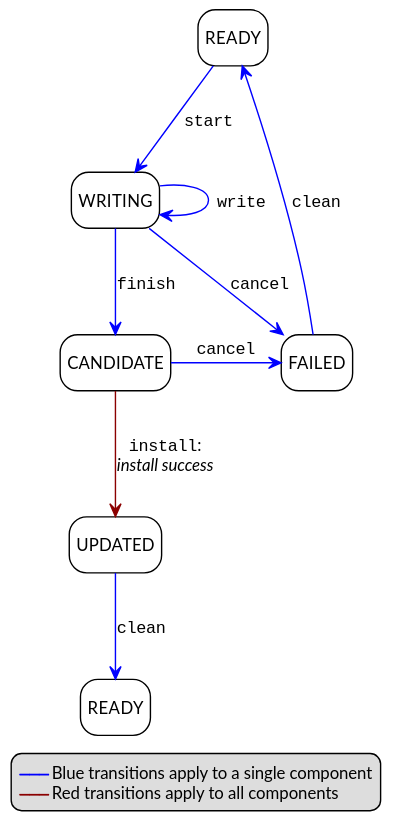
The PlantUML diagram doc/fwu/figure/states/no-reboot-no-trial.svg in ARM-software/psa-api, before a commit. Its source is kept beside it as doc/fwu/figure/states/no-reboot-no-trial.puml.
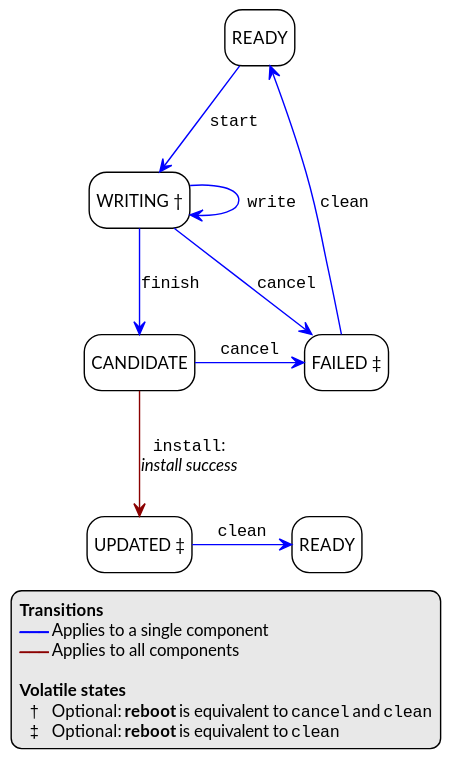
The same file after the commit.

What changed in the source:
```diff
@@ -4,27 +4,32 @@
 
 skinparam LegendFontSize 12
 
-legend bottom
-  <color:blue>--""———""--</color> Blue transitions apply to a single component
-  <color:darkred>--""———""--</color> Red transitions apply to all components
+legend
+  **Transitions**
+  <color:blue>--""———""--</color> Applies to a single component
+  <color:darkred>--""———""--</color> Applies to all components
+
+  **Volatile states**
+  "" † "" Optional: **reboot** is equivalent to ""cancel"" and ""clean""
+  "" ‡ "" Optional: **reboot** is equivalent to ""clean""
 end legend
 
 state Start as "READY"
-state Writing as "WRITING"
+state Writing as "WRITING †"
 state Candidate as "CANDIDATE"
-state Failed as "FAILED"
-state Updated as "UPDATED"
+state Failed as "FAILED ‡"
+state Updated as "UPDATED ‡"
 state End as "READY"
 
 Start -[#blue]-> Writing : ""start""
 Writing -[#blue]-> Writing : ""write""
 Writing -[#blue]-> Candidate : ""finish""
-Writing -d[#blue]-> Failed : ""cancel""
+Writing -[#blue]-> Failed : ""cancel""
 Candidate -[#darkred]-> Updated : ""install"":\n//install success//
 Candidate -r[#blue]-> Failed : ""cancel""
 
 Failed -u[#blue]-> Start: ""clean""
 
-Updated -[#blue]-> End : ""clean""
+Updated -r[#blue]-> End : ""clean""
 
 @enduml
```
